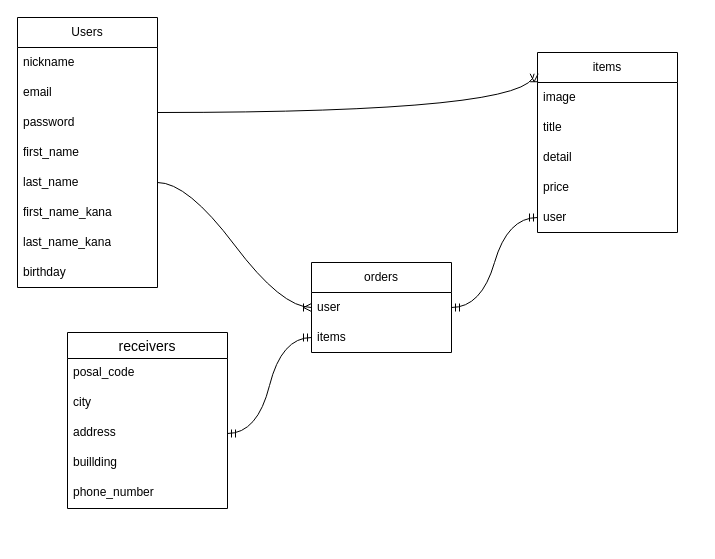
The draw.io diagram データベース.dio in Mshu72/furima-40878, before the edit. Source tidied: cells renumbered, new cells numbered last; positions are measured from the earlier drawing's top-left corner, leaving out a move shared by most shapes. Both pictures are drawn from the tidied source at 100%, with x=0, y=0 at pixel (17, 17).
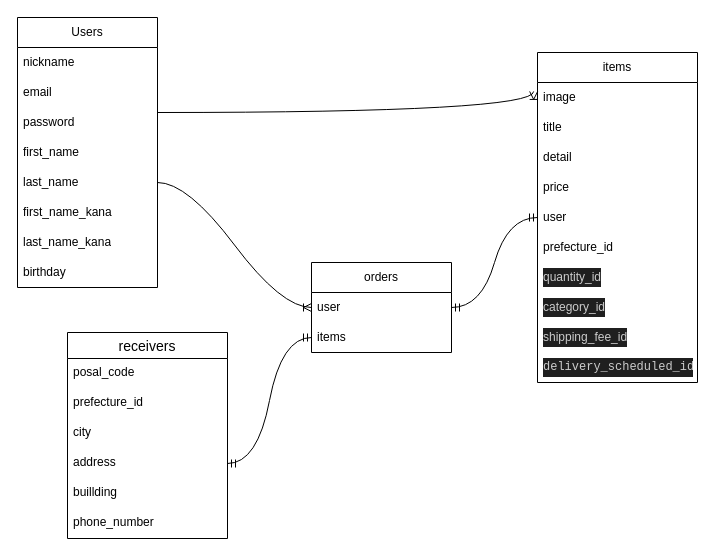
The same diagram, later.

Diff of the diagram source:
```diff
@@
     <mxCell id="11" value="items" style="swimlane;fontStyle=0;horizontal=1;startSize=30;whiteSpace=wrap;html=1;" parent="1" vertex="1">
-      <mxGeometry x="520" y="35" width="140" height="180" as="geometry" />
+      <mxGeometry x="520" y="35" width="160" height="330" as="geometry" />
     </mxCell>
     <mxCell id="12" value="image" style="text;strokeColor=none;fillColor=none;align=left;verticalAlign=middle;spacingLeft=4;spacingRight=4;overflow=hidden;whiteSpace=wrap;html=1;" parent="11" vertex="1">
-      <mxGeometry y="30" width="140" height="30" as="geometry" />
+      <mxGeometry y="30" width="160" height="30" as="geometry" />
     </mxCell>
     <mxCell id="13" value="title" style="text;strokeColor=none;fillColor=none;align=left;verticalAlign=middle;spacingLeft=4;spacingRight=4;overflow=hidden;whiteSpace=wrap;html=1;" parent="11" vertex="1">
-      <mxGeometry y="60" width="140" height="30" as="geometry" />
+      <mxGeometry y="60" width="160" height="30" as="geometry" />
     </mxCell>
     <mxCell id="14" value="detail" style="text;strokeColor=none;fillColor=none;align=left;verticalAlign=middle;spacingLeft=4;spacingRight=4;overflow=hidden;whiteSpace=wrap;html=1;" parent="11" vertex="1">
-      <mxGeometry y="90" width="140" height="30" as="geometry" />
+      <mxGeometry y="90" width="160" height="30" as="geometry" />
     </mxCell>
     <mxCell id="15" value="price" style="text;strokeColor=none;fillColor=none;align=left;verticalAlign=middle;spacingLeft=4;spacingRight=4;overflow=hidden;whiteSpace=wrap;html=1;" parent="11" vertex="1">
-      <mxGeometry y="120" width="140" height="30" as="geometry" />
+      <mxGeometry y="120" width="160" height="30" as="geometry" />
     </mxCell>
     <mxCell id="16" value="user" style="text;strokeColor=none;fillColor=none;align=left;verticalAlign=middle;spacingLeft=4;spacingRight=4;overflow=hidden;whiteSpace=wrap;html=1;" parent="11" vertex="1">
-      <mxGeometry y="150" width="140" height="30" as="geometry" />
+      <mxGeometry y="150" width="160" height="30" as="geometry" />
     </mxCell>
+    <mxCell id="30" value="prefecture_id" style="text;strokeColor=none;fillColor=none;align=left;verticalAlign=middle;spacingLeft=4;spacingRight=4;overflow=hidden;whiteSpace=wrap;html=1;" parent="11" vertex="1">
+      <mxGeometry y="180" width="160" height="30" as="geometry" />
+    </mxCell>
+    <mxCell id="31" value="&lt;div style=&quot;color: rgb(204, 204, 204); background-color: rgb(31, 31, 31); line-height: 19px;&quot;&gt;&lt;font style=&quot;font-size: 12px;&quot;&gt;quantity_id&lt;/font&gt;&lt;/div&gt;" style="text;strokeColor=none;fillColor=none;align=left;verticalAlign=middle;spacingLeft=4;spacingRight=4;overflow=hidden;whiteSpace=wrap;html=1;" parent="11" vertex="1">
+      <mxGeometry y="210" width="160" height="30" as="geometry" />
+    </mxCell>
+    <mxCell id="32" value="&lt;div style=&quot;color: rgb(204, 204, 204); background-color: rgb(31, 31, 31); line-height: 19px;&quot;&gt;&lt;font style=&quot;font-size: 12px;&quot;&gt;category_id&lt;/font&gt;&lt;/div&gt;" style="text;strokeColor=none;fillColor=none;align=left;verticalAlign=middle;spacingLeft=4;spacingRight=4;overflow=hidden;whiteSpace=wrap;html=1;" parent="11" vertex="1">
+      <mxGeometry y="240" width="160" height="30" as="geometry" />
+    </mxCell>
+    <mxCell id="33" value="&lt;div style=&quot;color: rgb(204, 204, 204); background-color: rgb(31, 31, 31); font-size: 12px; line-height: 19px;&quot;&gt;shipping_fee_id&lt;/div&gt;" style="text;strokeColor=none;fillColor=none;align=left;verticalAlign=middle;spacingLeft=4;spacingRight=4;overflow=hidden;whiteSpace=wrap;html=1;fontFamily=Helvetica;fontSize=12;" parent="11" vertex="1">
+      <mxGeometry y="270" width="160" height="30" as="geometry" />
+    </mxCell>
+    <mxCell id="34" value="&lt;div style=&quot;color: rgb(204, 204, 204); background-color: rgb(31, 31, 31); font-family: Consolas, &amp;quot;Courier New&amp;quot;, monospace; line-height: 19px;&quot;&gt;delivery_scheduled_id&lt;/div&gt;" style="text;strokeColor=none;fillColor=none;align=left;verticalAlign=middle;spacingLeft=4;spacingRight=4;overflow=hidden;whiteSpace=wrap;html=1;" parent="11" vertex="1">
+      <mxGeometry y="300" width="160" height="30" as="geometry" />
+    </mxCell>
@@
     <mxCell id="23" value="receivers" style="swimlane;fontStyle=0;horizontal=1;startSize=26;align=center;fontSize=14;" parent="1" vertex="1">
-      <mxGeometry x="50" y="315" width="160" height="176" as="geometry" />
+      <mxGeometry x="50" y="315" width="160" height="206" as="geometry" />
     </mxCell>
@@
+    <mxCell id="35" value="prefecture_id" style="text;strokeColor=none;fillColor=none;spacingLeft=4;spacingRight=4;overflow=hidden;fontSize=12;" parent="23" vertex="1">
+      <mxGeometry y="56" width="160" height="30" as="geometry" />
+    </mxCell>
     <mxCell id="25" value="city" style="text;strokeColor=none;fillColor=none;spacingLeft=4;spacingRight=4;overflow=hidden;fontSize=12;" parent="23" vertex="1">
-      <mxGeometry y="56" width="160" height="30" as="geometry" />
+      <mxGeometry y="86" width="160" height="30" as="geometry" />
     </mxCell>
     <mxCell id="26" value="address" style="text;strokeColor=none;fillColor=none;spacingLeft=4;spacingRight=4;overflow=hidden;points=[[0,0.5],[1,0.5]];portConstraint=eastwest;fontSize=12;" parent="23" vertex="1">
-      <mxGeometry y="86" width="160" height="30" as="geometry" />
+      <mxGeometry y="116" width="160" height="30" as="geometry" />
     </mxCell>
     <mxCell id="27" value="buillding" style="text;strokeColor=none;fillColor=none;spacingLeft=4;spacingRight=4;overflow=hidden;fontSize=12;" parent="23" vertex="1">
-      <mxGeometry y="116" width="160" height="30" as="geometry" />
+      <mxGeometry y="146" width="160" height="30" as="geometry" />
     </mxCell>
     <mxCell id="28" value="phone_number" style="text;strokeColor=none;fillColor=none;spacingLeft=4;spacingRight=4;overflow=hidden;fontSize=12;" parent="23" vertex="1">
-      <mxGeometry y="146" width="160" height="30" as="geometry" />
+      <mxGeometry y="176" width="160" height="30" as="geometry" />
     </mxCell>
```
